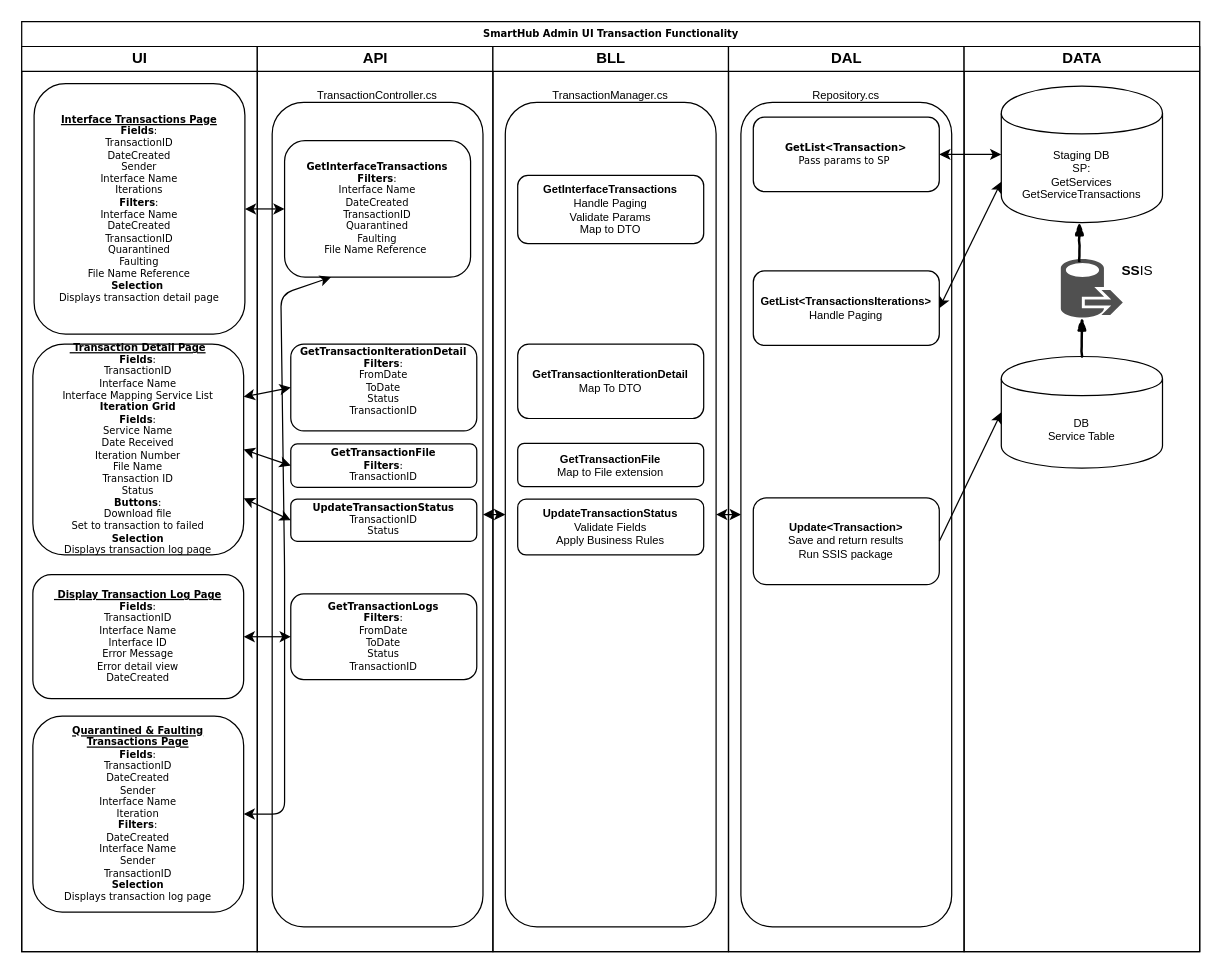
Before: SHAdminUI-Transaction-Functionality.drawio in Cyrolies/TigersFreightDocs, a draw.io diagram. Source tidied: cells renumbered, new cells numbered last; positions are measured from the earlier drawing's top-left corner, leaving out a move shared by most shapes. Both pictures are drawn from the tidied source at 124%, with x=0, y=0 at pixel (21, 21).
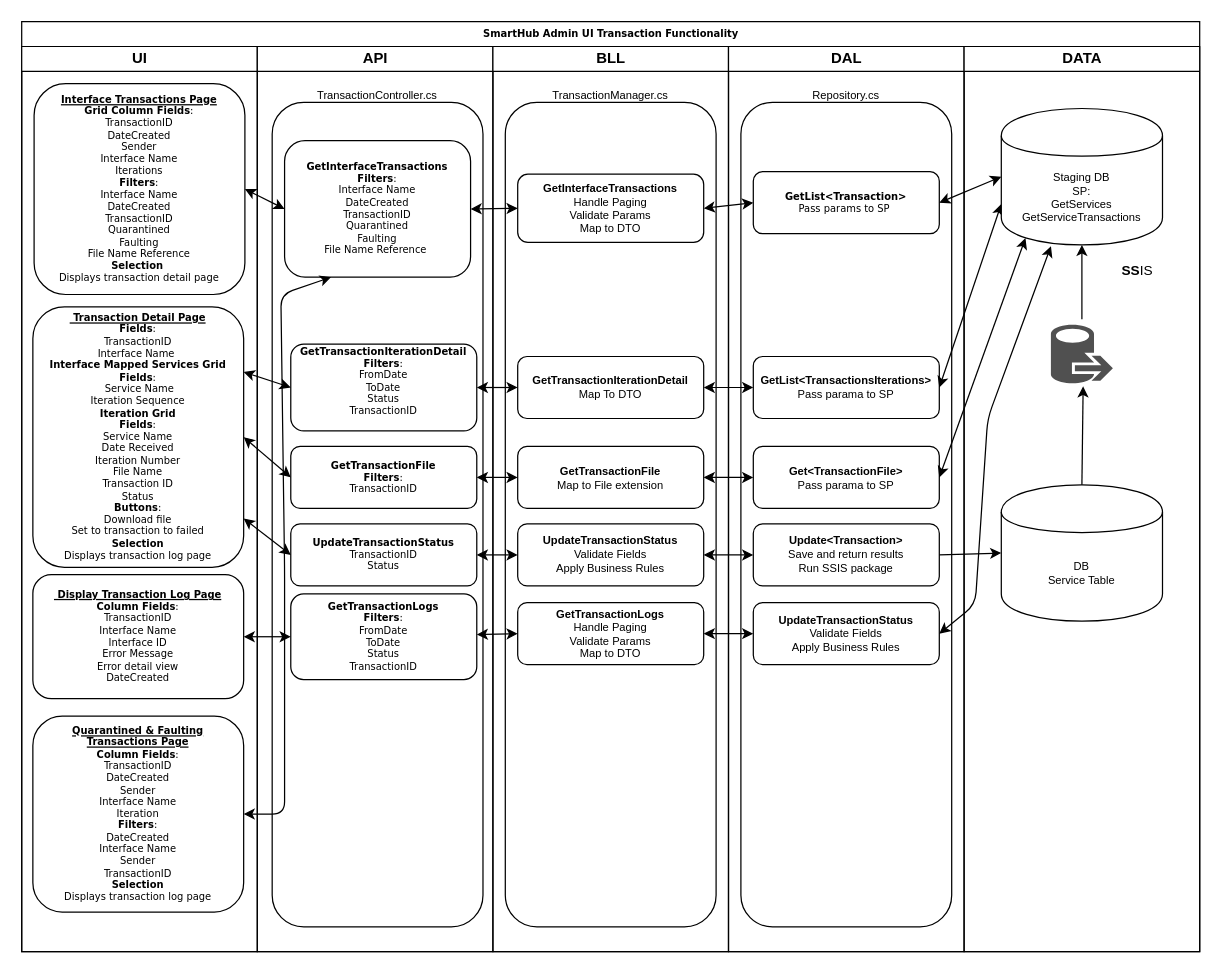
The same page after the edit.

Unchanged cells that the change refers to:
```xml
<mxCell id="2" value="SmartHub Admin UI Transaction Functionality" style="swimlane;html=1;startSize=20;rounded=0;shadow=0;labelBackgroundColor=none;strokeColor=#000000;strokeWidth=1;fillColor=#ffffff;fontFamily=Verdana;fontSize=8;fontColor=#000000;align=center;" parent="1" vertex="1">
  <mxGeometry width="950" height="750" as="geometry" />
</mxCell>
<mxCell id="3" value="UI" style="swimlane;html=1;startSize=20;" parent="2" vertex="1">
  <mxGeometry y="20" width="190" height="730" as="geometry" />
</mxCell>
<mxCell id="8" value="API" style="swimlane;html=1;startSize=20;" parent="2" vertex="1">
  <mxGeometry x="190" y="20" width="190" height="730" as="geometry" />
</mxCell>
<mxCell id="9" style="rounded=1;whiteSpace=wrap;html=1;fontSize=9;align=center;" parent="8" vertex="1">
  <mxGeometry x="12" y="45" width="170" height="665" as="geometry" />
</mxCell>
<mxCell id="10" value="&lt;b&gt;GetInterfaceTransactions&lt;br&gt;&lt;/b&gt;&lt;b&gt;Filters&lt;/b&gt;:&lt;br&gt;Interface Name&lt;br&gt;DateCreated&lt;br&gt;TransactionID&lt;br&gt;Quarantined&lt;br&gt;Faulting&lt;br&gt;File Name Reference&amp;nbsp;" style="rounded=1;whiteSpace=wrap;html=1;shadow=0;labelBackgroundColor=none;strokeColor=#000000;strokeWidth=1;fillColor=#ffffff;fontFamily=Verdana;fontSize=8;fontColor=#000000;align=center;" parent="8" vertex="1">
  <mxGeometry x="22" y="76" width="150" height="110" as="geometry" />
</mxCell>
<mxCell id="11" value="&lt;b&gt;GetTransactionLogs&lt;br&gt;&lt;/b&gt;&lt;b&gt;Filters&lt;/b&gt;:&lt;br&gt;FromDate&lt;br&gt;ToDate&lt;br&gt;Status&lt;br&gt;TransactionID" style="rounded=1;whiteSpace=wrap;html=1;shadow=0;labelBackgroundColor=none;strokeColor=#000000;strokeWidth=1;fillColor=#ffffff;fontFamily=Verdana;fontSize=8;fontColor=#000000;align=center;verticalAlign=middle;" parent="8" vertex="1">
  <mxGeometry x="27" y="441.5" width="150" height="69" as="geometry" />
</mxCell>
<mxCell id="13" value="&lt;b&gt;GetTransactionIterationDetail&lt;/b&gt;&lt;br&gt;&lt;b&gt;Filters&lt;/b&gt;:&lt;br&gt;FromDate&lt;br&gt;ToDate&lt;br&gt;Status&lt;br&gt;TransactionID&lt;br&gt;&amp;nbsp;" style="rounded=1;whiteSpace=wrap;html=1;shadow=0;labelBackgroundColor=none;strokeColor=#000000;strokeWidth=1;fillColor=#ffffff;fontFamily=Verdana;fontSize=8;fontColor=#000000;align=center;verticalAlign=middle;" parent="8" vertex="1">
  <mxGeometry x="27" y="240" width="150" height="70" as="geometry" />
</mxCell>
<mxCell id="16" value="BLL" style="swimlane;html=1;startSize=20;" parent="2" vertex="1">
  <mxGeometry x="380" y="20" width="190" height="730" as="geometry" />
</mxCell>
<mxCell id="17" style="rounded=1;whiteSpace=wrap;html=1;shadow=0;labelBackgroundColor=none;strokeColor=#000000;strokeWidth=1;fillColor=#ffffff;fontFamily=Verdana;fontSize=8;fontColor=#000000;align=center;" parent="16" vertex="1">
  <mxGeometry x="10" y="45" width="170" height="665" as="geometry" />
</mxCell>
<mxCell id="23" value="DAL" style="swimlane;html=1;startSize=20;" parent="2" vertex="1">
  <mxGeometry x="570" y="20" width="190" height="730" as="geometry" />
</mxCell>
<mxCell id="24" style="rounded=1;whiteSpace=wrap;html=1;fontSize=9;align=center;" parent="23" vertex="1">
  <mxGeometry x="10" y="45" width="170" height="665" as="geometry" />
</mxCell>
```

What changed in the source:
```diff
@@
-    <mxCell id="4" value="&lt;b&gt;&lt;u&gt;Interface Transactions Page&lt;/u&gt;&lt;/b&gt;&lt;br&gt;&lt;b&gt;Fields&lt;/b&gt;:&lt;br&gt;TransactionID&lt;br&gt;DateCreated&lt;br&gt;Sender&lt;br&gt;Interface Name&lt;br&gt;Iterations&lt;br&gt;&lt;b&gt;Filters&lt;/b&gt;:&lt;br&gt;Interface Name&lt;br&gt;DateCreated&lt;br&gt;TransactionID&lt;br&gt;Quarantined&lt;br&gt;Faulting&lt;br&gt;File Name Reference&lt;br&gt;&lt;b&gt;Selection&amp;nbsp;&lt;/b&gt;&lt;br&gt;Displays transaction detail page" style="rounded=1;whiteSpace=wrap;html=1;shadow=0;labelBackgroundColor=none;strokeColor=#000000;strokeWidth=1;fillColor=#ffffff;fontFamily=Verdana;fontSize=8;fontColor=#000000;align=center;" parent="3" vertex="1">
-      <mxGeometry x="10" y="30" width="170" height="202" as="geometry" />
+    <mxCell id="4" value="&lt;b&gt;&lt;u&gt;Interface Transactions Page&lt;/u&gt;&lt;/b&gt;&lt;br&gt;&lt;b&gt;Grid Column Fields&lt;/b&gt;:&lt;br&gt;TransactionID&lt;br&gt;DateCreated&lt;br&gt;Sender&lt;br&gt;Interface Name&lt;br&gt;Iterations&lt;br&gt;&lt;b&gt;Filters&lt;/b&gt;:&lt;br&gt;Interface Name&lt;br&gt;DateCreated&lt;br&gt;TransactionID&lt;br&gt;Quarantined&lt;br&gt;Faulting&lt;br&gt;File Name Reference&lt;br&gt;&lt;b&gt;Selection&amp;nbsp;&lt;/b&gt;&lt;br&gt;Displays transaction detail page" style="rounded=1;whiteSpace=wrap;html=1;shadow=0;labelBackgroundColor=none;strokeColor=#000000;strokeWidth=1;fillColor=#ffffff;fontFamily=Verdana;fontSize=8;fontColor=#000000;align=center;" parent="3" vertex="1">
+      <mxGeometry x="10" y="30" width="170" height="170" as="geometry" />
     </mxCell>
-    <mxCell id="5" value="&lt;b&gt;&lt;u&gt;Quarantined &amp;amp; Faulting&lt;br&gt;Transactions Page&lt;/u&gt;&lt;/b&gt;&lt;br&gt;&lt;b&gt;Fields&lt;/b&gt;:&lt;br&gt;TransactionID&lt;br&gt;DateCreated&lt;br&gt;Sender&lt;br&gt;Interface Name&lt;br&gt;Iteration&lt;br&gt;&lt;b&gt;Filters&lt;/b&gt;:&lt;br&gt;DateCreated&lt;br&gt;Interface Name&lt;br&gt;Sender&lt;br&gt;TransactionID&lt;br&gt;&lt;b&gt;Selection&lt;/b&gt;&lt;br&gt;Displays transaction log page" style="rounded=1;whiteSpace=wrap;html=1;shadow=0;labelBackgroundColor=none;strokeColor=#000000;strokeWidth=1;fillColor=#ffffff;fontFamily=Verdana;fontSize=8;fontColor=#000000;align=center;" parent="3" vertex="1">
+    <mxCell id="5" value="&lt;b&gt;&lt;u&gt;Quarantined &amp;amp; Faulting&lt;br&gt;Transactions Page&lt;/u&gt;&lt;/b&gt;&lt;br&gt;&lt;b&gt;Column Fields&lt;/b&gt;:&lt;br&gt;TransactionID&lt;br&gt;DateCreated&lt;br&gt;Sender&lt;br&gt;Interface Name&lt;br&gt;Iteration&lt;br&gt;&lt;b&gt;Filters&lt;/b&gt;:&lt;br&gt;DateCreated&lt;br&gt;Interface Name&lt;br&gt;Sender&lt;br&gt;TransactionID&lt;br&gt;&lt;b&gt;Selection&lt;/b&gt;&lt;br&gt;Displays transaction log page" style="rounded=1;whiteSpace=wrap;html=1;shadow=0;labelBackgroundColor=none;strokeColor=#000000;strokeWidth=1;fillColor=#ffffff;fontFamily=Verdana;fontSize=8;fontColor=#000000;align=center;" parent="3" vertex="1">
       <mxGeometry x="9" y="540" width="170" height="158" as="geometry" />
     </mxCell>
-    <mxCell id="6" value="&lt;b&gt;&lt;u&gt;&amp;nbsp;Transaction Detail Page&lt;/u&gt;&lt;/b&gt;&lt;br&gt;&lt;b&gt;Fields&lt;/b&gt;:&lt;br&gt;TransactionID&lt;br&gt;Interface Name&lt;br&gt;Interface Mapping Service List&lt;br&gt;&lt;b&gt;Iteration Grid&lt;/b&gt;&lt;br&gt;&lt;b&gt;Fields&lt;/b&gt;:&lt;br&gt;Service Name&lt;br&gt;Date Received&lt;br&gt;Iteration Number&lt;br&gt;File Name&lt;br&gt;Transaction ID&lt;br&gt;Status&lt;br&gt;&lt;b&gt;Buttons&lt;/b&gt;:&lt;br&gt;Download file&lt;br&gt;Set to transaction to failed&lt;br&gt;&lt;b&gt;Selection&lt;br&gt;&lt;/b&gt;Displays transaction log page" style="rounded=1;whiteSpace=wrap;html=1;shadow=0;labelBackgroundColor=none;strokeColor=#000000;strokeWidth=1;fillColor=#ffffff;fontFamily=Verdana;fontSize=8;fontColor=#000000;align=center;" parent="3" vertex="1">
-      <mxGeometry x="9" y="240" width="170" height="170" as="geometry" />
+    <mxCell id="6" value="&lt;b&gt;&lt;u&gt;&amp;nbsp;Transaction Detail Page&lt;/u&gt;&lt;/b&gt;&lt;br&gt;&lt;b&gt;Fields&lt;/b&gt;:&lt;br&gt;TransactionID&lt;br&gt;Interface Name&amp;nbsp;&lt;br&gt;&lt;b&gt;Interface Mapped Services Grid&lt;br&gt;Fields&lt;/b&gt;:&lt;br&gt;&amp;nbsp;Service Name&lt;br&gt;Iteration Sequence&lt;br&gt;&lt;b&gt;Iteration Grid&lt;/b&gt;&lt;br&gt;&lt;b&gt;Fields&lt;/b&gt;:&lt;br&gt;Service Name&lt;br&gt;Date Received&lt;br&gt;Iteration Number&lt;br&gt;File Name&lt;br&gt;Transaction ID&lt;br&gt;Status&lt;br&gt;&lt;b&gt;Buttons&lt;/b&gt;:&lt;br&gt;Download file&lt;br&gt;Set to transaction to failed&lt;br&gt;&lt;b&gt;Selection&lt;br&gt;&lt;/b&gt;Displays transaction log page" style="rounded=1;whiteSpace=wrap;html=1;shadow=0;labelBackgroundColor=none;strokeColor=#000000;strokeWidth=1;fillColor=#ffffff;fontFamily=Verdana;fontSize=8;fontColor=#000000;align=center;" parent="3" vertex="1">
+      <mxGeometry x="9" y="210" width="170" height="210" as="geometry" />
     </mxCell>
-    <mxCell id="7" value="&lt;b&gt;&lt;u&gt;&amp;nbsp;Display Transaction Log Page&lt;/u&gt;&lt;/b&gt;&lt;br&gt;&lt;b&gt;Fields&lt;/b&gt;:&lt;br&gt;TransactionID&lt;br&gt;Interface Name&lt;br&gt;Interface ID&lt;br&gt;Error Message&lt;br&gt;Error detail view&lt;br&gt;DateCreated&lt;br&gt;" style="rounded=1;whiteSpace=wrap;html=1;shadow=0;labelBackgroundColor=none;strokeColor=#000000;strokeWidth=1;fillColor=#ffffff;fontFamily=Verdana;fontSize=8;fontColor=#000000;align=center;" parent="3" vertex="1">
+    <mxCell id="7" value="&lt;b&gt;&lt;u&gt;&amp;nbsp;Display Transaction Log Page&lt;/u&gt;&lt;/b&gt;&lt;br&gt;&lt;b&gt;Column Fields&lt;/b&gt;:&lt;br&gt;TransactionID&lt;br&gt;Interface Name&lt;br&gt;Interface ID&lt;br&gt;Error Message&lt;br&gt;Error detail view&lt;br&gt;DateCreated" style="rounded=1;whiteSpace=wrap;html=1;shadow=0;labelBackgroundColor=none;strokeColor=#000000;strokeWidth=1;fillColor=#ffffff;fontFamily=Verdana;fontSize=8;fontColor=#000000;align=center;" parent="3" vertex="1">
       <mxGeometry x="9" y="426" width="170" height="100" as="geometry" />
     </mxCell>
@@
     <mxCell id="14" value="&lt;b&gt;GetTransactionFile&lt;br&gt;&lt;/b&gt;&lt;b&gt;Filters&lt;/b&gt;:&lt;br&gt;TransactionID" style="rounded=1;whiteSpace=wrap;html=1;shadow=0;labelBackgroundColor=none;strokeColor=#000000;strokeWidth=1;fillColor=#ffffff;fontFamily=Verdana;fontSize=8;fontColor=#000000;align=center;verticalAlign=middle;" parent="8" vertex="1">
-      <mxGeometry x="27" y="320.5" width="150" height="35" as="geometry" />
+      <mxGeometry x="27" y="322.5" width="150" height="50" as="geometry" />
     </mxCell>
     <mxCell id="15" value="&lt;b&gt;UpdateTransactionStatus&lt;br&gt;&lt;/b&gt;TransactionID&lt;br&gt;Status" style="rounded=1;whiteSpace=wrap;html=1;shadow=0;labelBackgroundColor=none;strokeColor=#000000;strokeWidth=1;fillColor=#ffffff;fontFamily=Verdana;fontSize=8;fontColor=#000000;align=center;verticalAlign=middle;" parent="8" vertex="1">
-      <mxGeometry x="27" y="365" width="150" height="34" as="geometry" />
+      <mxGeometry x="27" y="385" width="150" height="50" as="geometry" />
     </mxCell>
@@
     <mxCell id="19" value="&lt;b&gt;GetInterfaceTransactions&lt;/b&gt;&lt;br&gt;Handle Paging&lt;br&gt;Validate Params&lt;br&gt;Map to DTO" style="rounded=1;whiteSpace=wrap;html=1;fontSize=9;align=center;" parent="16" vertex="1">
-      <mxGeometry x="20" y="104" width="150" height="55" as="geometry" />
+      <mxGeometry x="20" y="103" width="150" height="55" as="geometry" />
     </mxCell>
     <mxCell id="20" value="&lt;b&gt;UpdateTransactionStatus&lt;/b&gt;&lt;br&gt;Validate Fields&lt;br&gt;Apply Business Rules" style="rounded=1;whiteSpace=wrap;html=1;fontSize=9;align=center;" parent="16" vertex="1">
-      <mxGeometry x="20" y="365" width="150" height="45" as="geometry" />
+      <mxGeometry x="20" y="385" width="150" height="50" as="geometry" />
     </mxCell>
     <mxCell id="21" value="&lt;b&gt;GetTransactionIterationDetail&lt;/b&gt;&lt;br&gt;Map To DTO" style="rounded=1;whiteSpace=wrap;html=1;fontSize=9;align=center;" parent="16" vertex="1">
-      <mxGeometry x="20" y="240" width="150" height="60" as="geometry" />
+      <mxGeometry x="20" y="250" width="150" height="50" as="geometry" />
     </mxCell>
     <mxCell id="22" value="&lt;b&gt;GetTransactionFile&lt;/b&gt;&lt;br&gt;Map to File extension" style="rounded=1;whiteSpace=wrap;html=1;fontSize=9;align=center;" parent="16" vertex="1">
-      <mxGeometry x="20" y="320" width="150" height="35" as="geometry" />
+      <mxGeometry x="20" y="322.5" width="150" height="50" as="geometry" />
     </mxCell>
+    <mxCell id="47" value="&lt;b&gt;GetTransactionLogs&lt;/b&gt;&lt;br&gt;Handle Paging&lt;br&gt;Validate Params&lt;br&gt;Map to DTO" style="rounded=1;whiteSpace=wrap;html=1;fontSize=9;align=center;" parent="16" vertex="1">
+      <mxGeometry x="20" y="448.5" width="150" height="50" as="geometry" />
+    </mxCell>
@@
     <mxCell id="25" value="&lt;b&gt;GetList&amp;lt;Transaction&amp;gt;&lt;br&gt;&lt;/b&gt;Pass params to SP&amp;nbsp;" style="rounded=1;whiteSpace=wrap;html=1;shadow=0;labelBackgroundColor=none;strokeColor=#000000;strokeWidth=1;fillColor=#ffffff;fontFamily=Verdana;fontSize=8;fontColor=#000000;align=center;" parent="23" vertex="1">
-      <mxGeometry x="20" y="57" width="150" height="60" as="geometry" />
+      <mxGeometry x="20" y="101" width="150" height="50" as="geometry" />
     </mxCell>
     <mxCell id="26" value="&lt;b&gt;Update&amp;lt;Transaction&amp;gt;&lt;/b&gt;&lt;br&gt;Save and return results&lt;br&gt;Run SSIS package" style="rounded=1;whiteSpace=wrap;html=1;fontSize=9;align=center;" parent="23" vertex="1">
-      <mxGeometry x="20" y="364" width="150" height="70" as="geometry" />
+      <mxGeometry x="20" y="385" width="150" height="50" as="geometry" />
     </mxCell>
-    <mxCell id="27" value="&lt;b&gt;GetList&amp;lt;TransactionsIterations&amp;gt;&lt;/b&gt;&lt;br&gt;Handle Paging" style="rounded=1;whiteSpace=wrap;html=1;fontSize=9;align=center;" parent="23" vertex="1">
-      <mxGeometry x="20" y="181" width="150" height="60" as="geometry" />
+    <mxCell id="27" value="&lt;b&gt;GetList&amp;lt;TransactionsIterations&amp;gt;&lt;/b&gt;&lt;br&gt;Pass parama to SP" style="rounded=1;whiteSpace=wrap;html=1;fontSize=9;align=center;" parent="23" vertex="1">
+      <mxGeometry x="20" y="250" width="150" height="50" as="geometry" />
     </mxCell>
@@
-    <mxCell id="29" value="DATA" style="swimlane;html=1;startSize=20;align=center;" parent="2" vertex="1">
-      <mxGeometry x="760" y="20" width="190" height="730" as="geometry" />
-    </mxCell>
-    <mxCell id="30" value="Staging DB&lt;br&gt;SP:&lt;br&gt;GetServices&lt;br&gt;GetServiceTransactions" style="shape=cylinder;whiteSpace=wrap;html=1;boundedLbl=1;backgroundOutline=1;fontSize=9;align=center;" parent="29" vertex="1">
-      <mxGeometry x="30" y="32" width="130" height="110" as="geometry" />
-    </mxCell>
-    <mxCell id="31" value="DB&lt;br&gt;Service Table" style="shape=cylinder;whiteSpace=wrap;html=1;boundedLbl=1;backgroundOutline=1;fontSize=9;align=center;" parent="29" vertex="1">
-      <mxGeometry x="30" y="250" width="130" height="90" as="geometry" />
-    </mxCell>
-    <mxCell id="32" style="shadow=0;dashed=0;html=1;strokeColor=none;labelPosition=center;verticalLabelPosition=bottom;verticalAlign=top;align=center;shape=mxgraph.mscae.intune.data_migration_wizard;fillColor=#505050;fontSize=9;" parent="29" vertex="1">
-      <mxGeometry x="78" y="171" width="50" height="48" as="geometry" />
-    </mxCell>
-    <mxCell id="33" style="rounded=0;comic=1;strokeWidth=2;endArrow=blockThin;html=1;fontFamily=Comic Sans MS;fontStyle=1;exitX=0.5;exitY=0;exitDx=0;exitDy=0;entryX=0.34;entryY=0.995;entryDx=0;entryDy=0;entryPerimeter=0;" parent="29" edge="1" source="31" target="32">
-      <mxGeometry relative="1" as="geometry" />
-    </mxCell>
-    <mxCell id="34" value="&lt;font style=&quot;font-size: 11px&quot;&gt;&lt;b&gt;SS&lt;/b&gt;IS&lt;/font&gt;" style="text;html=1;strokeColor=none;fillColor=none;align=center;verticalAlign=middle;whiteSpace=wrap;rounded=0;fontSize=9;" parent="29" vertex="1">
-      <mxGeometry x="120" y="171" width="40" height="20" as="geometry" />
-    </mxCell>
+    <mxCell id="48" value="&lt;b&gt;Get&amp;lt;TransactionFile&amp;gt;&lt;/b&gt;&lt;br&gt;Pass parama to SP" style="rounded=1;whiteSpace=wrap;html=1;fontSize=9;align=center;" parent="23" vertex="1">
+      <mxGeometry x="20" y="322.5" width="150" height="50" as="geometry" />
+    </mxCell>
+    <mxCell id="49" value="&lt;b&gt;UpdateTransactionStatus&lt;/b&gt;&lt;br&gt;Validate Fields&lt;br&gt;Apply Business Rules" style="rounded=1;whiteSpace=wrap;html=1;fontSize=9;align=center;" parent="23" vertex="1">
+      <mxGeometry x="20" y="448.5" width="150" height="50" as="geometry" />
+    </mxCell>
@@
-    <mxCell id="36" style="endArrow=classic;startArrow=classic;html=1;fontSize=9;entryX=0;entryY=0.5;entryDx=0;entryDy=0;exitX=1;exitY=0.5;exitDx=0;exitDy=0;" parent="2" edge="1" source="9" target="17">
-      <mxGeometry relative="1" as="geometry" />
-    </mxCell>
-    <mxCell id="37" style="endArrow=classic;startArrow=classic;html=1;fontSize=9;entryX=0;entryY=0.5;entryDx=0;entryDy=0;exitX=1;exitY=0.5;exitDx=0;exitDy=0;" parent="2" edge="1" source="17" target="24">
-      <mxGeometry relative="1" as="geometry" />
-    </mxCell>
@@
-    <mxCell id="46" style="rounded=0;comic=1;strokeWidth=2;endArrow=blockThin;html=1;fontFamily=Comic Sans MS;fontStyle=1;exitX=0.5;exitY=0;exitDx=0;exitDy=0;entryX=0.34;entryY=0.995;entryDx=0;entryDy=0;entryPerimeter=0;" parent="1" edge="1">
-      <mxGeometry relative="1" as="geometry">
-        <mxPoint x="853" y="193" as="sourcePoint" />
-        <mxPoint x="853" y="162" as="targetPoint" />
-      </mxGeometry>
-    </mxCell>
+    <mxCell id="50" style="endArrow=classic;startArrow=classic;html=1;fontSize=9;entryX=0;entryY=0.5;entryDx=0;entryDy=0;exitX=1;exitY=0.5;exitDx=0;exitDy=0;" parent="2" edge="1" source="10" target="19">
+      <mxGeometry relative="1" as="geometry" />
+    </mxCell>
+    <mxCell id="51" style="endArrow=classic;startArrow=classic;html=1;fontSize=9;entryX=0;entryY=0.5;entryDx=0;entryDy=0;exitX=1;exitY=0.5;exitDx=0;exitDy=0;" parent="2" edge="1" source="19" target="25">
+      <mxGeometry relative="1" as="geometry" />
+    </mxCell>
+    <mxCell id="29" value="DATA" style="swimlane;html=1;startSize=20;align=center;" parent="2" vertex="1">
+      <mxGeometry x="760" y="20" width="190" height="730" as="geometry" />
+    </mxCell>
+    <mxCell id="30" value="Staging DB&lt;br&gt;SP:&lt;br&gt;GetServices&lt;br&gt;GetServiceTransactions" style="shape=cylinder;whiteSpace=wrap;html=1;boundedLbl=1;backgroundOutline=1;fontSize=9;align=center;" parent="29" vertex="1">
+      <mxGeometry x="30" y="50" width="130" height="110" as="geometry" />
+    </mxCell>
+    <mxCell id="31" value="DB&lt;br&gt;Service Table" style="shape=cylinder;whiteSpace=wrap;html=1;boundedLbl=1;backgroundOutline=1;fontSize=9;align=center;" parent="29" vertex="1">
+      <mxGeometry x="30" y="353.5" width="130" height="110" as="geometry" />
+    </mxCell>
+    <mxCell id="32" style="shadow=0;dashed=0;html=1;strokeColor=none;labelPosition=center;verticalLabelPosition=bottom;verticalAlign=top;align=center;shape=mxgraph.mscae.intune.data_migration_wizard;fillColor=#505050;fontSize=9;" parent="29" vertex="1">
+      <mxGeometry x="70" y="224" width="50" height="48" as="geometry" />
+    </mxCell>
+    <mxCell id="34" value="&lt;font style=&quot;font-size: 11px&quot;&gt;&lt;b&gt;SS&lt;/b&gt;IS&lt;/font&gt;" style="text;html=1;strokeColor=none;fillColor=none;align=center;verticalAlign=middle;whiteSpace=wrap;rounded=0;fontSize=9;" parent="29" vertex="1">
+      <mxGeometry x="120" y="171" width="40" height="20" as="geometry" />
+    </mxCell>
+    <mxCell id="33" style="endArrow=classic;html=1;fontSize=9;entryX=0.52;entryY=1.042;entryDx=0;entryDy=0;entryPerimeter=0;exitX=0.5;exitY=0;exitDx=0;exitDy=0;" parent="29" edge="1" source="31" target="32">
+      <mxGeometry relative="1" as="geometry" />
+    </mxCell>
+    <mxCell id="52" style="endArrow=classic;startArrow=classic;html=1;fontSize=9;entryX=0;entryY=0.5;entryDx=0;entryDy=0;exitX=1;exitY=0.5;exitDx=0;exitDy=0;" parent="2" edge="1" source="21" target="27">
+      <mxGeometry relative="1" as="geometry" />
+    </mxCell>
+    <mxCell id="53" style="endArrow=classic;startArrow=classic;html=1;fontSize=9;entryX=0;entryY=0.5;entryDx=0;entryDy=0;exitX=1;exitY=0.5;exitDx=0;exitDy=0;" parent="2" edge="1" source="20" target="26">
+      <mxGeometry relative="1" as="geometry" />
+    </mxCell>
+    <mxCell id="54" style="endArrow=classic;startArrow=classic;html=1;fontSize=9;entryX=0;entryY=0.5;entryDx=0;entryDy=0;exitX=1;exitY=0.5;exitDx=0;exitDy=0;" parent="2" edge="1" source="13" target="21">
+      <mxGeometry relative="1" as="geometry" />
+    </mxCell>
+    <mxCell id="55" style="endArrow=classic;startArrow=classic;html=1;fontSize=9;entryX=0;entryY=0.5;entryDx=0;entryDy=0;" parent="2" edge="1" source="14" target="22">
+      <mxGeometry relative="1" as="geometry" />
+    </mxCell>
+    <mxCell id="56" style="endArrow=classic;startArrow=classic;html=1;fontSize=9;entryX=0;entryY=0.5;entryDx=0;entryDy=0;exitX=1;exitY=0.5;exitDx=0;exitDy=0;" parent="2" edge="1" source="15" target="20">
+      <mxGeometry relative="1" as="geometry" />
+    </mxCell>
+    <mxCell id="57" style="endArrow=classic;startArrow=classic;html=1;fontSize=9;entryX=0;entryY=0.5;entryDx=0;entryDy=0;" parent="2" edge="1" source="22" target="48">
+      <mxGeometry relative="1" as="geometry" />
+    </mxCell>
+    <mxCell id="58" style="endArrow=classic;startArrow=classic;html=1;fontSize=9;entryX=0;entryY=0.5;entryDx=0;entryDy=0;" parent="2" edge="1" source="11" target="47">
+      <mxGeometry relative="1" as="geometry" />
+    </mxCell>
+    <mxCell id="59" style="endArrow=classic;startArrow=classic;html=1;fontSize=9;entryX=0;entryY=0.5;entryDx=0;entryDy=0;exitX=1;exitY=0.5;exitDx=0;exitDy=0;" parent="2" edge="1" source="47" target="49">
+      <mxGeometry relative="1" as="geometry" />
+    </mxCell>
+    <mxCell id="60" style="endArrow=classic;startArrow=classic;html=1;fontSize=9;entryX=0.15;entryY=0.95;entryDx=0;entryDy=0;entryPerimeter=0;exitX=1;exitY=0.5;exitDx=0;exitDy=0;" parent="2" edge="1" source="48" target="30">
+      <mxGeometry relative="1" as="geometry" />
+    </mxCell>
+    <mxCell id="61" style="endArrow=classic;startArrow=classic;html=1;fontSize=9;entryX=0.308;entryY=1.009;entryDx=0;entryDy=0;entryPerimeter=0;exitX=1;exitY=0.5;exitDx=0;exitDy=0;" parent="2" edge="1" source="49" target="30">
+      <mxGeometry relative="1" as="geometry">
+        <Array as="points">
+          <mxPoint x="769" y="470" />
+          <mxPoint x="779" y="320" />
+        </Array>
+      </mxGeometry>
+    </mxCell>
+    <mxCell id="62" style="endArrow=classic;html=1;fontSize=9;entryX=0.5;entryY=1;entryDx=0;entryDy=0;" parent="1" edge="1" target="30">
+      <mxGeometry relative="1" as="geometry">
+        <mxPoint x="855" y="240" as="sourcePoint" />
+      </mxGeometry>
+    </mxCell>
```
